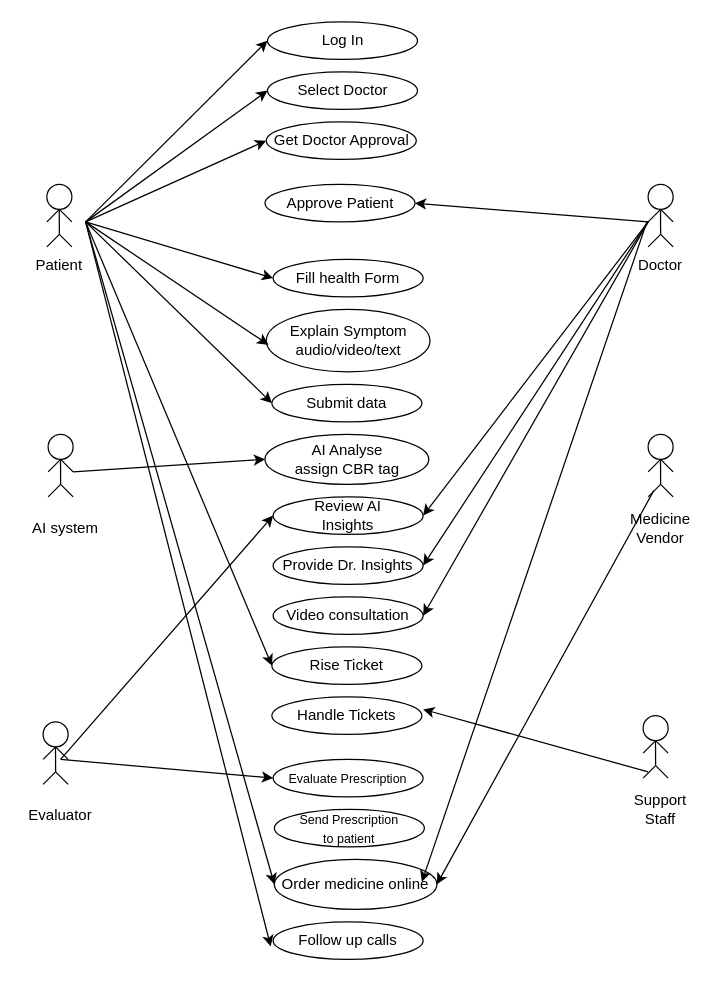
This is usecase.drawio from thedarshanpgowda/demo, a draw.io file, before an edit. Source tidied: cells renumbered, new cells numbered last; positions are measured from the earlier drawing's top-left corner, leaving out a move shared by most shapes. Both pictures are drawn from the tidied source at 125%, with x=0, y=0 at pixel (21, 21).
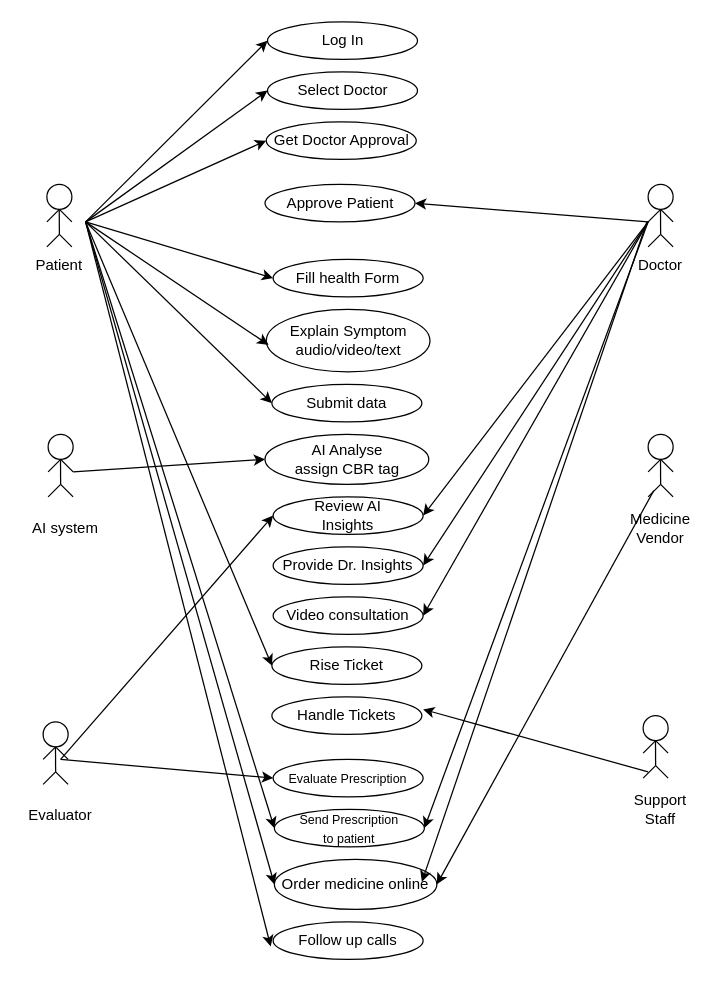
Above is the later version.

Unchanged cells that the change refers to:
```xml
<mxCell id="68" value="&lt;font style=&quot;font-size: 10px;&quot;&gt;Send Prescription&lt;br&gt;to patient&lt;/font&gt;" style="ellipse;whiteSpace=wrap;html=1;" parent="1" vertex="1">
  <mxGeometry x="202" y="630" width="120" height="30" as="geometry" />
</mxCell>
```

What changed in the source:
```diff
@@
+    <mxCell id="92" style="endArrow=classic;html=1;rounded=0;entryX=0;entryY=0.5;entryDx=0;entryDy=0;" parent="1" edge="1" target="68">
+      <mxGeometry relative="1" as="geometry">
+        <mxPoint x="51" y="160" as="sourcePoint" />
+      </mxGeometry>
+    </mxCell>
+    <mxCell id="93" style="endArrow=classic;html=1;rounded=0;entryX=1;entryY=0.5;entryDx=0;entryDy=0;" parent="1" edge="1" target="68">
+      <mxGeometry relative="1" as="geometry">
+        <mxPoint x="501" y="160" as="sourcePoint" />
+      </mxGeometry>
+    </mxCell>
```
